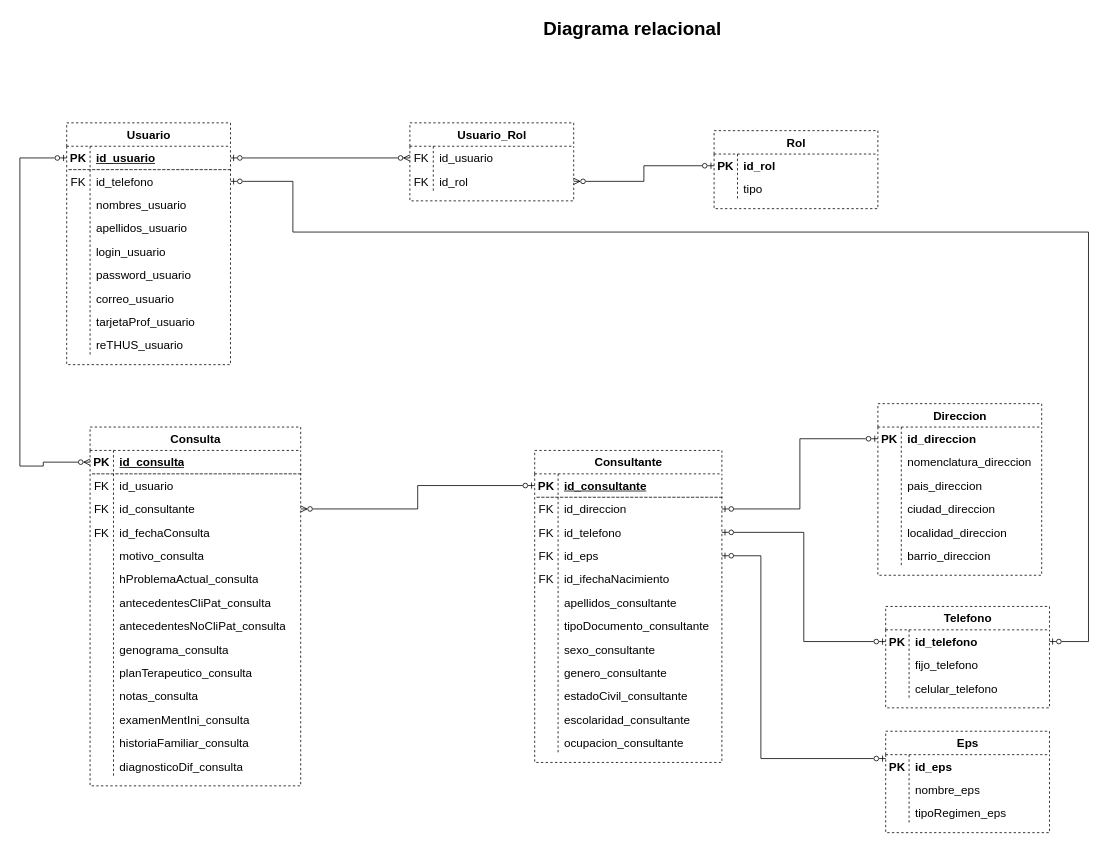
Above: page "D. Relacional" (1 of 12) of Diagramas/Untitled Diagram.drawio in barloff2/Diagramas (draw.io), before the change. Source tidied: cells renumbered, new cells numbered last; positions are measured from the earlier drawing's top-left corner, leaving out a move shared by most shapes. Both pictures are drawn from the tidied source at 78%, with x=0, y=0 at pixel (20, 13).
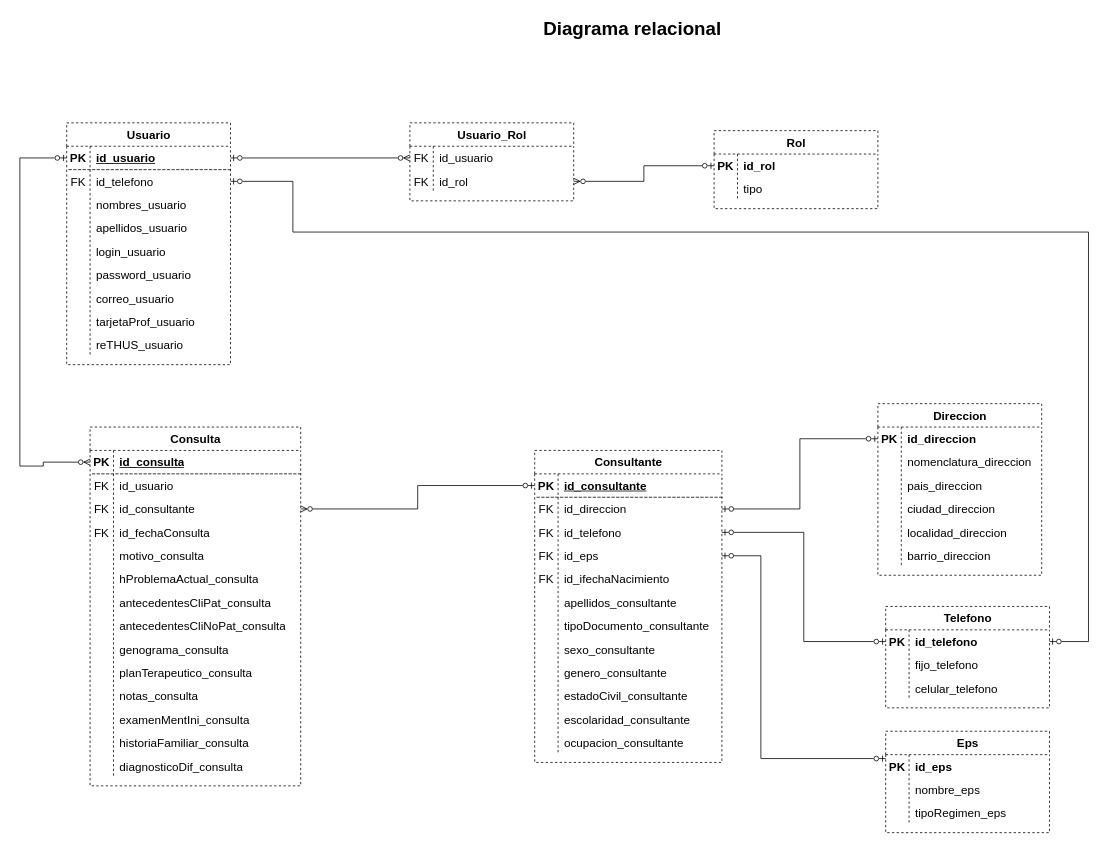
The same diagram, later.

The change refers to these unchanged cells:
```xml
<mxCell id="68" style="shape=tableRow;horizontal=0;startSize=0;swimlaneHead=0;swimlaneBody=0;fillColor=none;top=0;left=0;right=0;bottom=0;dashed=1;fontSize=15;html=1;" parent="46" vertex="1">
  <mxGeometry y="240" width="270" height="30" as="geometry" />
</mxCell>
```

Diff of the diagram source:
```diff
@@
-    <mxCell id="70" value="antecedentesNoCliPat_consulta" style="shape=partialRectangle;fillColor=none;top=0;left=0;bottom=0;right=0;align=left;spacingLeft=6;overflow=hidden;dashed=1;fontSize=15;html=1;" parent="68" vertex="1">
+    <mxCell id="70" value="antecedentesCliNoPat_consulta" style="shape=partialRectangle;fillColor=none;top=0;left=0;bottom=0;right=0;align=left;spacingLeft=6;overflow=hidden;dashed=1;fontSize=15;html=1;" parent="68" vertex="1">
       <mxGeometry x="30" width="240" height="30" as="geometry" />
     </mxCell>
```
